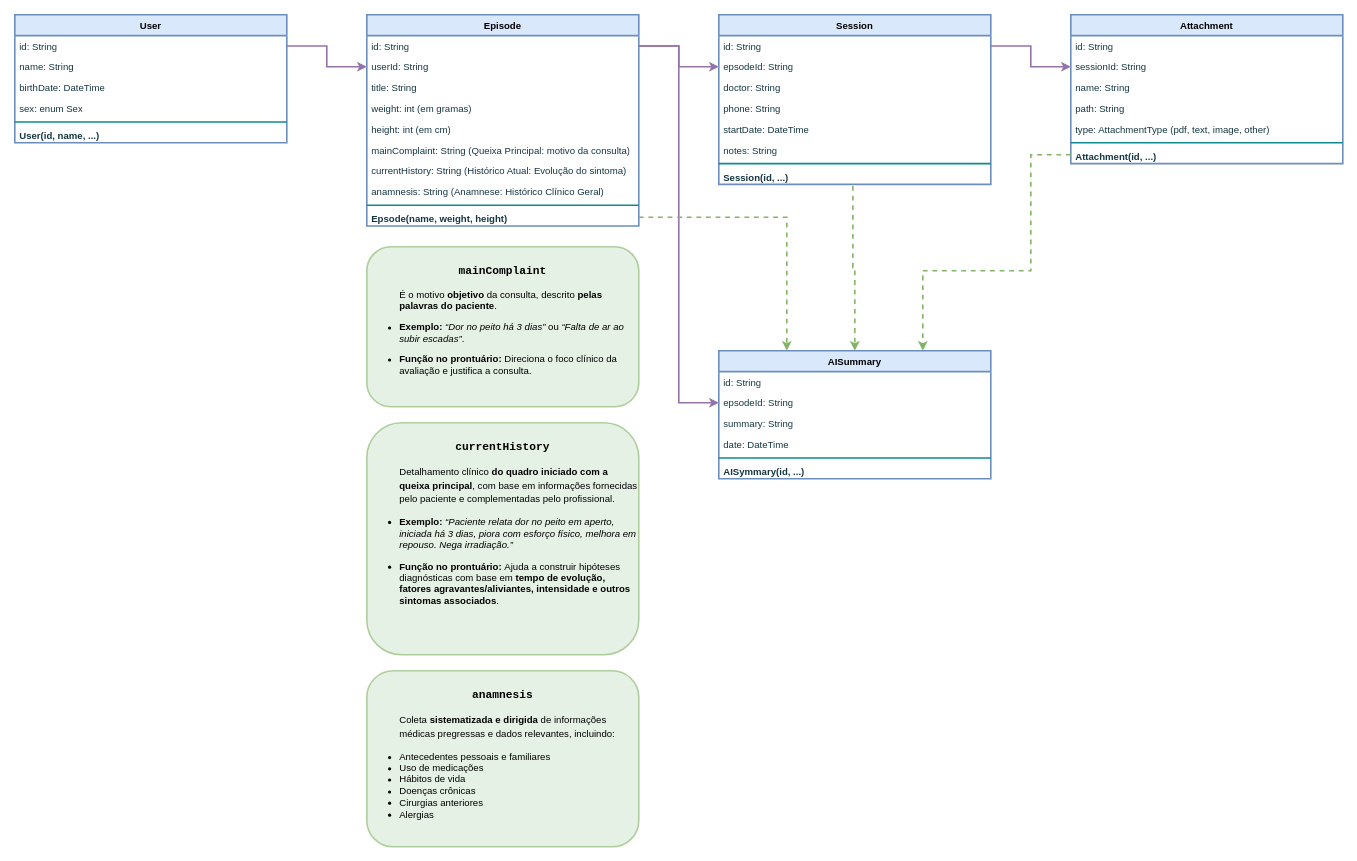
This is docs/Diagrama de Classes.drawio from rudsonalves/prontu_ai, a draw.io file, before an edit. Source tidied: cells renumbered, new cells numbered last; positions are measured from the earlier drawing's top-left corner, leaving out a move shared by most shapes. Both pictures are drawn from the tidied source at 80%, with x=0, y=0 at pixel (14, 14).
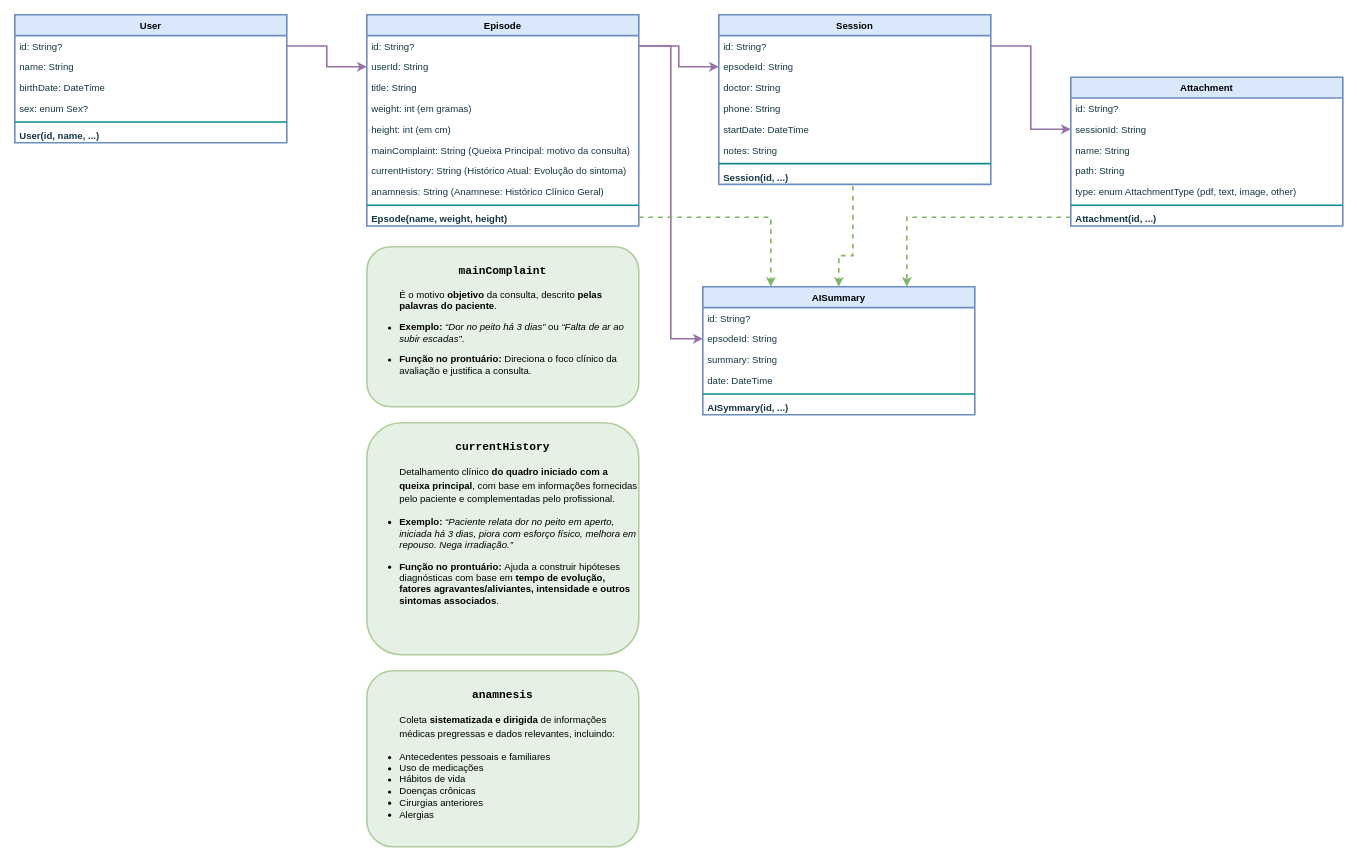
The same diagram, later.

The change refers to these unchanged cells:
```xml
<mxCell id="2" value="Episode" style="swimlane;fontStyle=1;align=center;verticalAlign=top;horizontal=1;startSize=26;whiteSpace=wrap;html=1;labelBackgroundColor=none;fillColor=#dae8fc;strokeColor=#6c8ebf;strokeWidth=2;" parent="1" vertex="1">
  <mxGeometry x="440" width="340" height="264" as="geometry" />
</mxCell>
<mxCell id="13" value="Session" style="swimlane;fontStyle=1;align=center;verticalAlign=top;horizontal=1;startSize=26;whiteSpace=wrap;html=1;labelBackgroundColor=none;fillColor=#dae8fc;strokeColor=#6c8ebf;strokeWidth=2;" parent="1" vertex="1">
  <mxGeometry x="880" width="340" height="212" as="geometry" />
</mxCell>
<mxCell id="21" value="&lt;b&gt;Session(id, ...)&lt;/b&gt;" style="text;strokeColor=none;fillColor=none;align=left;verticalAlign=top;spacingLeft=4;spacingRight=4;overflow=hidden;points=[[0,0.5],[1,0.5]];portConstraint=eastwest;whiteSpace=wrap;html=1;labelBackgroundColor=none;fontColor=#143642;" parent="13" vertex="1">
  <mxGeometry y="190" width="340" height="22" as="geometry" />
</mxCell>
<mxCell id="29" value="&lt;b&gt;Attachment(id, ...)&lt;/b&gt;" style="text;strokeColor=none;fillColor=none;align=left;verticalAlign=top;spacingLeft=4;spacingRight=4;overflow=hidden;points=[[0,0.5],[1,0.5]];portConstraint=eastwest;whiteSpace=wrap;html=1;labelBackgroundColor=none;fontColor=#143642;" parent="22" vertex="1">
  <mxGeometry y="164" width="340" height="22" as="geometry" />
</mxCell>
<mxCell id="30" value="User" style="swimlane;fontStyle=1;align=center;verticalAlign=top;horizontal=1;startSize=26;whiteSpace=wrap;html=1;labelBackgroundColor=none;fillColor=#dae8fc;strokeColor=#6c8ebf;strokeWidth=2;" parent="1" vertex="1">
  <mxGeometry width="340" height="160" as="geometry" />
</mxCell>
```

What changed in the source:
```diff
@@
-    <mxCell id="3" value="id: String" style="text;strokeColor=none;fillColor=none;align=left;verticalAlign=top;spacingLeft=4;spacingRight=4;overflow=hidden;points=[[0,0.5],[1,0.5]];portConstraint=eastwest;whiteSpace=wrap;html=1;labelBackgroundColor=none;fontColor=#143642;" parent="2" vertex="1">
+    <mxCell id="3" value="id: String?" style="text;strokeColor=none;fillColor=none;align=left;verticalAlign=top;spacingLeft=4;spacingRight=4;overflow=hidden;points=[[0,0.5],[1,0.5]];portConstraint=eastwest;whiteSpace=wrap;html=1;labelBackgroundColor=none;fontColor=#143642;" parent="2" vertex="1">
       <mxGeometry y="26" width="340" height="26" as="geometry" />
     </mxCell>
@@
-    <mxCell id="14" value="id: String" style="text;strokeColor=none;fillColor=none;align=left;verticalAlign=top;spacingLeft=4;spacingRight=4;overflow=hidden;points=[[0,0.5],[1,0.5]];portConstraint=eastwest;whiteSpace=wrap;html=1;labelBackgroundColor=none;fontColor=#143642;" parent="13" vertex="1">
+    <mxCell id="14" value="id: String?" style="text;strokeColor=none;fillColor=none;align=left;verticalAlign=top;spacingLeft=4;spacingRight=4;overflow=hidden;points=[[0,0.5],[1,0.5]];portConstraint=eastwest;whiteSpace=wrap;html=1;labelBackgroundColor=none;fontColor=#143642;" parent="13" vertex="1">
       <mxGeometry y="26" width="340" height="26" as="geometry" />
     </mxCell>
@@
     <mxCell id="22" value="Attachment" style="swimlane;fontStyle=1;align=center;verticalAlign=top;horizontal=1;startSize=26;whiteSpace=wrap;html=1;labelBackgroundColor=none;fillColor=#dae8fc;strokeColor=#6c8ebf;strokeWidth=2;" parent="1" vertex="1">
-      <mxGeometry x="1320" width="340" height="186" as="geometry" />
+      <mxGeometry x="1320" y="78" width="340" height="186" as="geometry" />
     </mxCell>
-    <mxCell id="23" value="id: String" style="text;strokeColor=none;fillColor=none;align=left;verticalAlign=top;spacingLeft=4;spacingRight=4;overflow=hidden;whiteSpace=wrap;html=1;labelBackgroundColor=none;fontColor=#143642;" parent="22" vertex="1">
+    <mxCell id="23" value="id: String?" style="text;strokeColor=none;fillColor=none;align=left;verticalAlign=top;spacingLeft=4;spacingRight=4;overflow=hidden;whiteSpace=wrap;html=1;labelBackgroundColor=none;fontColor=#143642;" parent="22" vertex="1">
       <mxGeometry y="26" width="340" height="26" as="geometry" />
     </mxCell>
@@
-    <mxCell id="27" value="type: AttachmentType (pdf, text, image, other)" style="text;strokeColor=none;fillColor=none;align=left;verticalAlign=top;spacingLeft=4;spacingRight=4;overflow=hidden;whiteSpace=wrap;html=1;labelBackgroundColor=none;fontColor=#143642;" parent="22" vertex="1">
+    <mxCell id="27" value="type: enum AttachmentType (pdf, text, image, other)" style="text;strokeColor=none;fillColor=none;align=left;verticalAlign=top;spacingLeft=4;spacingRight=4;overflow=hidden;whiteSpace=wrap;html=1;labelBackgroundColor=none;fontColor=#143642;" parent="22" vertex="1">
       <mxGeometry y="130" width="340" height="26" as="geometry" />
     </mxCell>
@@
-    <mxCell id="31" value="id: String" style="text;strokeColor=none;fillColor=none;align=left;verticalAlign=top;spacingLeft=4;spacingRight=4;overflow=hidden;points=[[0,0.5],[1,0.5]];portConstraint=eastwest;whiteSpace=wrap;html=1;labelBackgroundColor=none;fontColor=#143642;" parent="30" vertex="1">
+    <mxCell id="31" value="id: String?" style="text;strokeColor=none;fillColor=none;align=left;verticalAlign=top;spacingLeft=4;spacingRight=4;overflow=hidden;points=[[0,0.5],[1,0.5]];portConstraint=eastwest;whiteSpace=wrap;html=1;labelBackgroundColor=none;fontColor=#143642;" parent="30" vertex="1">
       <mxGeometry y="26" width="340" height="26" as="geometry" />
     </mxCell>
@@
-    <mxCell id="34" value="sex: enum Sex" style="text;strokeColor=none;fillColor=none;align=left;verticalAlign=top;spacingLeft=4;spacingRight=4;overflow=hidden;whiteSpace=wrap;html=1;labelBackgroundColor=none;fontColor=#143642;" parent="30" vertex="1">
+    <mxCell id="34" value="sex: enum Sex?" style="text;strokeColor=none;fillColor=none;align=left;verticalAlign=top;spacingLeft=4;spacingRight=4;overflow=hidden;whiteSpace=wrap;html=1;labelBackgroundColor=none;fontColor=#143642;" parent="30" vertex="1">
       <mxGeometry y="104" width="340" height="26" as="geometry" />
     </mxCell>
@@
     <mxCell id="40" value="AISummary" style="swimlane;fontStyle=1;align=center;verticalAlign=top;horizontal=1;startSize=26;whiteSpace=wrap;html=1;labelBackgroundColor=none;fillColor=#dae8fc;strokeColor=#6c8ebf;strokeWidth=2;" parent="1" vertex="1">
-      <mxGeometry x="880" y="420" width="340" height="160" as="geometry" />
+      <mxGeometry x="860" y="340" width="340" height="160" as="geometry" />
     </mxCell>
-    <mxCell id="41" value="id: String" style="text;strokeColor=none;fillColor=none;align=left;verticalAlign=top;spacingLeft=4;spacingRight=4;overflow=hidden;whiteSpace=wrap;html=1;labelBackgroundColor=none;fontColor=#143642;" parent="40" vertex="1">
+    <mxCell id="41" value="id: String?" style="text;strokeColor=none;fillColor=none;align=left;verticalAlign=top;spacingLeft=4;spacingRight=4;overflow=hidden;whiteSpace=wrap;html=1;labelBackgroundColor=none;fontColor=#143642;" parent="40" vertex="1">
       <mxGeometry y="26" width="340" height="26" as="geometry" />
     </mxCell>
@@
     <mxCell id="51" style="edgeStyle=orthogonalEdgeStyle;rounded=0;jettySize=auto;html=1;strokeWidth=2;fillColor=#d5e8d4;strokeColor=#82b366;dashed=1;exitX=0.493;exitY=1.093;exitDx=0;exitDy=0;exitPerimeter=0;entryX=0.5;entryY=0;entryDx=0;entryDy=0;" parent="1" edge="1" source="21" target="40">
       <mxGeometry relative="1" as="geometry">
         <Array as="points">
-          <mxPoint x="1048" y="316" />
-          <mxPoint x="1050" y="316" />
+          <mxPoint x="1048" y="301" />
+          <mxPoint x="1030" y="301" />
         </Array>
       </mxGeometry>
     </mxCell>
     <mxCell id="52" style="edgeStyle=orthogonalEdgeStyle;rounded=0;jettySize=auto;html=1;strokeWidth=2;fillColor=#d5e8d4;strokeColor=#82b366;dashed=1;exitX=0;exitY=0.5;exitDx=0;exitDy=0;entryX=0.75;entryY=0;entryDx=0;entryDy=0;" parent="1" edge="1" source="29" target="40">
-      <mxGeometry relative="1" as="geometry">
-        <Array as="points">
-          <mxPoint x="1270" y="175" />
-          <mxPoint x="1270" y="320" />
-          <mxPoint x="1135" y="320" />
-        </Array>
-      </mxGeometry>
+      <mxGeometry relative="1" as="geometry" />
     </mxCell>
```
